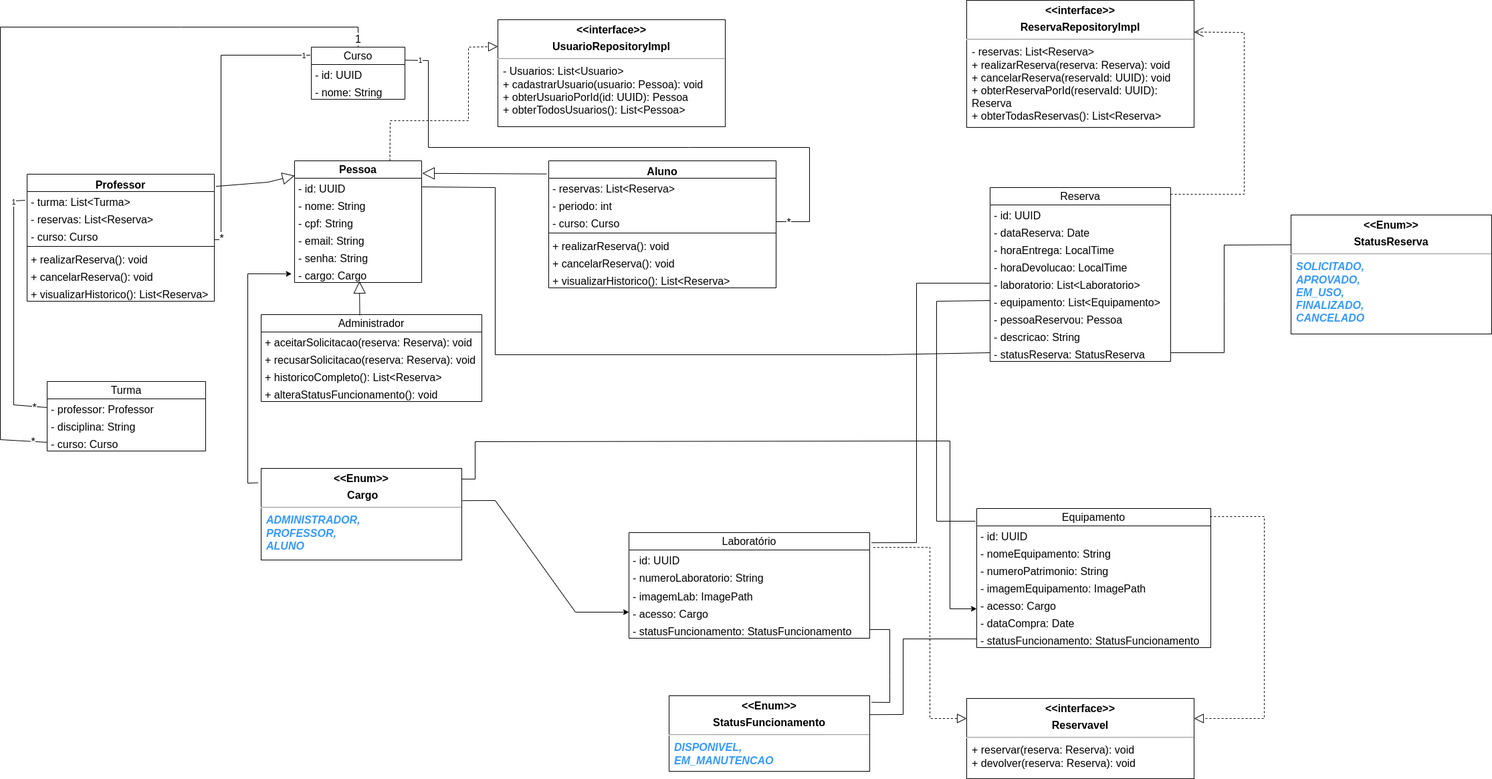
Above: Diagrama de classe.png in luisfelipe03/Reserva (draw.io), before the change. Source tidied: cells renumbered, new cells last; positions are measured from the earlier drawing's top-left corner, leaving out a move shared by most shapes.
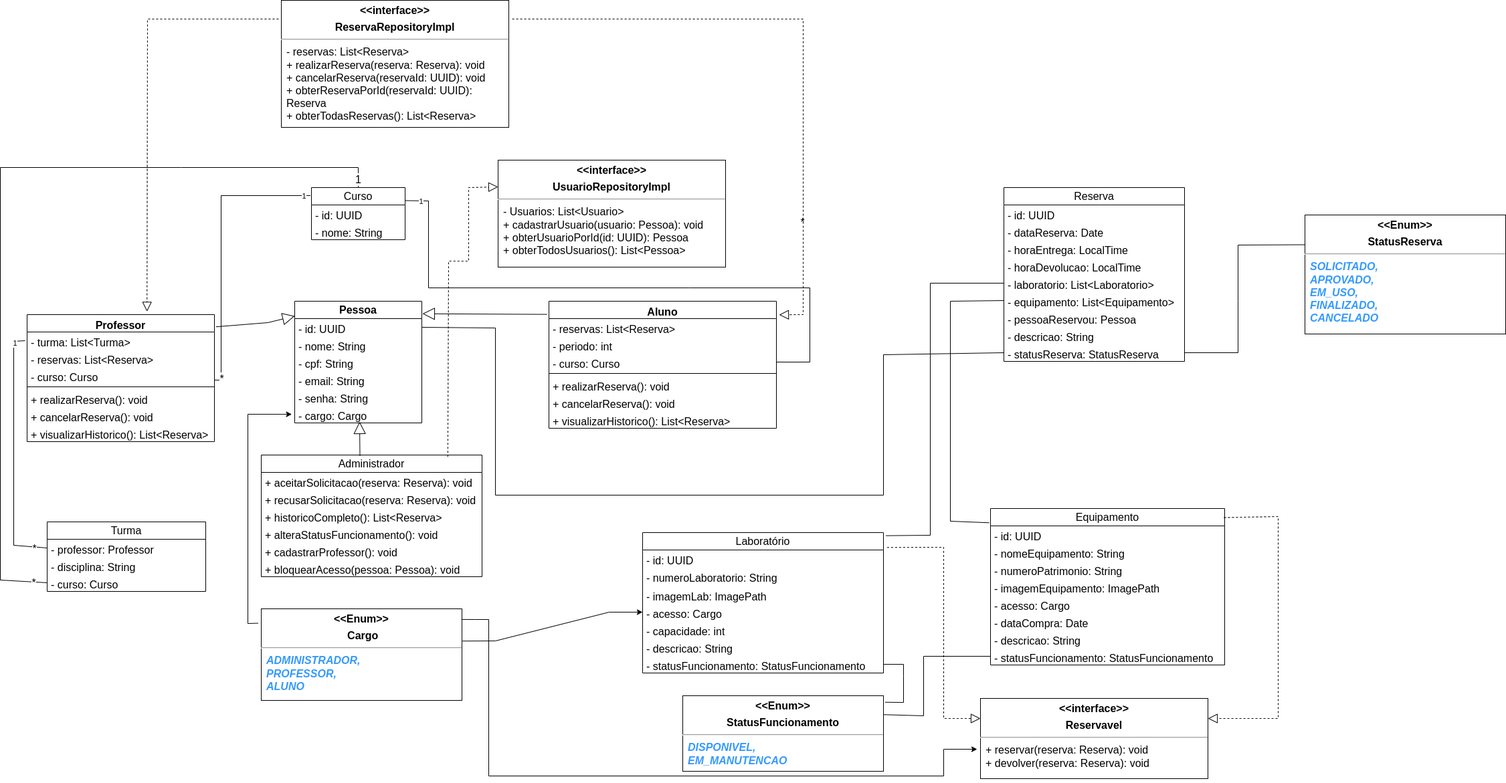
The same file after the commit.

What changed in the source:
```diff
@@ -3,7 +3,7 @@
     <mxCell id="0" />
     <mxCell id="1" parent="0" />
     <mxCell id="2" value="Equipamento" style="swimlane;fontStyle=0;horizontal=1;startSize=26;fillColor=none;whiteSpace=wrap;html=1;fontSize=16;" parent="1" vertex="1">
-      <mxGeometry x="1460" y="760" width="350" height="208" as="geometry" />
+      <mxGeometry x="1480" y="550" width="350" height="234" as="geometry" />
     </mxCell>
     <mxCell id="3" value="- id: UUID" style="text;strokeColor=none;fillColor=none;align=left;verticalAlign=top;spacingLeft=4;spacingRight=4;overflow=hidden;whiteSpace=wrap;html=1;fontSize=16;" parent="2" vertex="1">
       <mxGeometry y="26" width="350" height="26" as="geometry" />
@@ -23,11 +23,14 @@
     <mxCell id="8" value="- dataCompra: Date" style="text;strokeColor=none;fillColor=none;align=left;verticalAlign=top;spacingLeft=4;spacingRight=4;overflow=hidden;whiteSpace=wrap;html=1;fontSize=16;" parent="2" vertex="1">
       <mxGeometry y="156" width="350" height="26" as="geometry" />
     </mxCell>
+    <mxCell id="95" value="- descricao: String" style="text;strokeColor=none;fillColor=none;align=left;verticalAlign=top;spacingLeft=4;spacingRight=4;overflow=hidden;whiteSpace=wrap;html=1;fontSize=16;" parent="2" vertex="1">
+      <mxGeometry y="182" width="350" height="26" as="geometry" />
+    </mxCell>
     <mxCell id="9" value="- statusFuncionamento: StatusFuncionamento" style="text;strokeColor=none;fillColor=none;align=left;verticalAlign=top;spacingLeft=4;spacingRight=4;overflow=hidden;points=[[0,0.5],[1,0.5]];portConstraint=eastwest;whiteSpace=wrap;html=1;fontSize=16;" parent="2" vertex="1">
-      <mxGeometry y="182" width="350" height="26" as="geometry" />
+      <mxGeometry y="208" width="350" height="26" as="geometry" />
     </mxCell>
     <mxCell id="10" value="Laboratório" style="swimlane;fontStyle=0;horizontal=1;startSize=26;fillColor=none;whiteSpace=wrap;html=1;fontSize=16;" parent="1" vertex="1">
-      <mxGeometry x="940" y="796" width="360" height="158" as="geometry" />
+      <mxGeometry x="960" y="586" width="360" height="210" as="geometry" />
     </mxCell>
     <mxCell id="11" value="- id: UUID" style="text;strokeColor=none;fillColor=none;align=left;verticalAlign=top;spacingLeft=4;spacingRight=4;overflow=hidden;points=[[0,0.5],[1,0.5]];portConstraint=eastwest;whiteSpace=wrap;html=1;fontSize=16;" parent="10" vertex="1">
       <mxGeometry y="26" width="360" height="26" as="geometry" />
@@ -41,14 +44,20 @@
     <mxCell id="14" value="- acesso: Cargo" style="text;strokeColor=none;fillColor=none;align=left;verticalAlign=top;spacingLeft=4;spacingRight=4;overflow=hidden;points=[[0,0.5],[1,0.5]];portConstraint=eastwest;whiteSpace=wrap;html=1;fontSize=16;" parent="10" vertex="1">
       <mxGeometry y="106" width="360" height="26" as="geometry" />
     </mxCell>
+    <mxCell id="96" value="- capacidade: int" style="text;strokeColor=none;fillColor=none;align=left;verticalAlign=top;spacingLeft=4;spacingRight=4;overflow=hidden;whiteSpace=wrap;html=1;fontSize=16;" parent="10" vertex="1">
+      <mxGeometry y="132" width="360" height="26" as="geometry" />
+    </mxCell>
+    <mxCell id="97" value="- descricao: String&amp;nbsp;" style="text;strokeColor=none;fillColor=none;align=left;verticalAlign=top;spacingLeft=4;spacingRight=4;overflow=hidden;whiteSpace=wrap;html=1;fontSize=16;" parent="10" vertex="1">
+      <mxGeometry y="158" width="360" height="26" as="geometry" />
+    </mxCell>
     <mxCell id="15" value="- statusFuncionamento: StatusFuncionamento" style="text;strokeColor=none;fillColor=none;align=left;verticalAlign=top;spacingLeft=4;spacingRight=4;overflow=hidden;points=[[0,0.5],[1,0.5]];portConstraint=eastwest;whiteSpace=wrap;html=1;fontSize=16;" parent="10" vertex="1">
-      <mxGeometry y="132" width="360" height="26" as="geometry" />
+      <mxGeometry y="184" width="360" height="26" as="geometry" />
     </mxCell>
     <mxCell id="16" value="&lt;p style=&quot;margin:0px;margin-top:6px;text-align:center;&quot;&gt;&lt;b&gt;&amp;lt;&amp;lt;Enum&amp;gt;&amp;gt;&lt;/b&gt;&lt;/p&gt;&lt;p style=&quot;margin:0px;margin-top:6px;text-align:center;&quot;&gt;&lt;b&gt;StatusFuncionamento&lt;/b&gt;&lt;/p&gt;&lt;hr&gt;&lt;p style=&quot;margin:0px;margin-left:8px;&quot;&gt;&lt;i&gt;&lt;b&gt;&lt;font color=&quot;#3399ff&quot;&gt;DISPONIVEL,&lt;/font&gt;&lt;/b&gt;&lt;/i&gt;&lt;/p&gt;&lt;p style=&quot;margin:0px;margin-left:8px;&quot;&gt;&lt;i&gt;&lt;b&gt;&lt;font color=&quot;#3399ff&quot;&gt;EM_MANUTENCAO&lt;/font&gt;&lt;/b&gt;&lt;/i&gt;&lt;/p&gt;&lt;p style=&quot;margin:0px;margin-left:8px;&quot;&gt;&lt;i&gt;&lt;b&gt;&lt;font color=&quot;#3399ff&quot;&gt;&lt;br&gt;&lt;/font&gt;&lt;/b&gt;&lt;/i&gt;&lt;/p&gt;" style="align=left;overflow=fill;html=1;whiteSpace=wrap;fontSize=16;" parent="1" vertex="1">
-      <mxGeometry x="1000" y="1040" width="300" height="113" as="geometry" />
+      <mxGeometry x="1020" y="830" width="300" height="113" as="geometry" />
     </mxCell>
     <mxCell id="17" value="&lt;p style=&quot;margin:0px;margin-top:6px;text-align:center;&quot;&gt;&lt;b&gt;&amp;lt;&amp;lt;Enum&amp;gt;&amp;gt;&lt;/b&gt;&lt;/p&gt;&lt;p style=&quot;margin:0px;margin-top:6px;text-align:center;&quot;&gt;&lt;b&gt;StatusReserva&lt;/b&gt;&lt;/p&gt;&lt;hr&gt;&lt;p style=&quot;margin:0px;margin-left:8px;&quot;&gt;&lt;i&gt;&lt;b&gt;&lt;font color=&quot;#3399ff&quot;&gt;SOLICITADO,&lt;/font&gt;&lt;/b&gt;&lt;/i&gt;&lt;/p&gt;&lt;p style=&quot;margin:0px;margin-left:8px;&quot;&gt;&lt;font color=&quot;#3399ff&quot;&gt;&lt;b&gt;&lt;i&gt;APROVADO,&lt;/i&gt;&lt;/b&gt;&lt;/font&gt;&lt;/p&gt;&lt;p style=&quot;margin:0px;margin-left:8px;&quot;&gt;&lt;font color=&quot;#3399ff&quot;&gt;&lt;b&gt;&lt;i&gt;EM_USO,&lt;/i&gt;&lt;/b&gt;&lt;/font&gt;&lt;/p&gt;&lt;p style=&quot;margin:0px;margin-left:8px;&quot;&gt;&lt;font color=&quot;#3399ff&quot;&gt;&lt;b&gt;&lt;i&gt;FINALIZADO,&lt;/i&gt;&lt;/b&gt;&lt;/font&gt;&lt;/p&gt;&lt;p style=&quot;margin:0px;margin-left:8px;&quot;&gt;&lt;font color=&quot;#3399ff&quot;&gt;&lt;b&gt;&lt;i&gt;CANCELADO&lt;/i&gt;&lt;/b&gt;&lt;/font&gt;&lt;/p&gt;&lt;p style=&quot;margin:0px;margin-left:8px;&quot;&gt;&lt;i&gt;&lt;b&gt;&lt;font color=&quot;#3399ff&quot;&gt;&lt;br&gt;&lt;/font&gt;&lt;/b&gt;&lt;/i&gt;&lt;/p&gt;" style="align=left;overflow=fill;html=1;whiteSpace=wrap;fontSize=16;" parent="1" vertex="1">
-      <mxGeometry x="1930" y="321" width="300" height="178" as="geometry" />
+      <mxGeometry x="1950" y="111" width="300" height="178" as="geometry" />
     </mxCell>
     <mxCell id="18" value="&lt;p style=&quot;margin:0px;margin-top:6px;text-align:center;&quot;&gt;&lt;b&gt;&amp;lt;&amp;lt;Enum&amp;gt;&amp;gt;&lt;/b&gt;&lt;/p&gt;&lt;p style=&quot;margin:0px;margin-top:6px;text-align:center;&quot;&gt;&lt;b&gt;&amp;nbsp;Cargo&lt;/b&gt;&lt;/p&gt;&lt;hr&gt;&lt;p style=&quot;margin:0px;margin-left:8px;&quot;&gt;&lt;i&gt;&lt;b&gt;&lt;font color=&quot;#3399ff&quot;&gt;ADMINISTRADOR,&lt;/font&gt;&lt;/b&gt;&lt;/i&gt;&lt;/p&gt;&lt;p style=&quot;margin:0px;margin-left:8px;&quot;&gt;&lt;i&gt;&lt;b&gt;&lt;font color=&quot;#3399ff&quot;&gt;PROFESSOR,&lt;/font&gt;&lt;/b&gt;&lt;/i&gt;&lt;/p&gt;&lt;p style=&quot;margin:0px;margin-left:8px;&quot;&gt;&lt;i&gt;&lt;b&gt;&lt;font color=&quot;#3399ff&quot;&gt;ALUNO&lt;/font&gt;&lt;/b&gt;&lt;/i&gt;&lt;/p&gt;&lt;p style=&quot;margin:0px;margin-left:8px;&quot;&gt;&lt;i&gt;&lt;b&gt;&lt;font color=&quot;#3399ff&quot;&gt;&lt;br&gt;&lt;/font&gt;&lt;/b&gt;&lt;/i&gt;&lt;/p&gt;" style="align=left;overflow=fill;html=1;whiteSpace=wrap;fontSize=16;" parent="1" vertex="1">
       <mxGeometry x="390" y="700" width="300" height="137" as="geometry" />
@@ -66,7 +75,7 @@
       <mxGeometry y="78" width="237" height="26" as="geometry" />
     </mxCell>
     <mxCell id="23" value="&lt;font style=&quot;font-size: 16px;&quot;&gt;Reserva&lt;/font&gt;" style="swimlane;fontStyle=0;horizontal=1;startSize=26;fillColor=none;whiteSpace=wrap;html=1;" parent="1" vertex="1">
-      <mxGeometry x="1480" y="280" width="270" height="260" as="geometry" />
+      <mxGeometry x="1500" y="70" width="270" height="260" as="geometry" />
     </mxCell>
     <mxCell id="24" value="&lt;font style=&quot;font-size: 16px;&quot;&gt;- id: UUID&amp;nbsp;&lt;/font&gt;" style="text;strokeColor=none;fillColor=none;align=left;verticalAlign=top;spacingLeft=4;spacingRight=4;overflow=hidden;whiteSpace=wrap;html=1;" parent="23" vertex="1">
       <mxGeometry y="26" width="270" height="26" as="geometry" />
@@ -113,9 +122,9 @@
     <mxCell id="36" style="endArrow=none;html=1;rounded=0;exitX=0;exitY=0.25;exitDx=0;exitDy=0;entryX=1;entryY=0.5;entryDx=0;entryDy=0;" parent="1" edge="1" source="17" target="32">
       <mxGeometry relative="1" as="geometry">
         <Array as="points">
-          <mxPoint x="1830" y="366" />
-          <mxPoint x="1830" y="450" />
-          <mxPoint x="1830" y="527" />
+          <mxPoint x="1850" y="156" />
+          <mxPoint x="1850" y="240" />
+          <mxPoint x="1850" y="317" />
         </Array>
       </mxGeometry>
     </mxCell>
@@ -168,7 +177,7 @@
       </mxGeometry>
     </mxCell>
     <mxCell id="50" value="&lt;font style=&quot;font-size: 16px;&quot;&gt;Administrador&lt;/font&gt;" style="swimlane;fontStyle=0;horizontal=1;startSize=26;fillColor=none;whiteSpace=wrap;html=1;" parent="1" vertex="1">
-      <mxGeometry x="390" y="470" width="330" height="130" as="geometry" />
+      <mxGeometry x="390" y="470" width="330" height="182" as="geometry" />
     </mxCell>
     <mxCell id="51" value="&lt;font style=&quot;font-size: 16px;&quot;&gt;+ aceitarSolicitacao(reserva: Reserva): void&lt;/font&gt;" style="text;strokeColor=none;fillColor=none;align=left;verticalAlign=top;spacingLeft=4;spacingRight=4;overflow=hidden;whiteSpace=wrap;html=1;" parent="50" vertex="1">
       <mxGeometry y="26" width="330" height="26" as="geometry" />
@@ -182,6 +191,12 @@
     <mxCell id="54" value="&lt;font style=&quot;font-size: 16px;&quot;&gt;+ alteraStatusFuncionamento(): void&amp;nbsp;&lt;/font&gt;" style="text;strokeColor=none;fillColor=none;align=left;verticalAlign=top;spacingLeft=4;spacingRight=4;overflow=hidden;whiteSpace=wrap;html=1;" parent="50" vertex="1">
       <mxGeometry y="104" width="330" height="26" as="geometry" />
     </mxCell>
+    <mxCell id="98" value="&lt;font style=&quot;font-size: 16px;&quot;&gt;+ cadastrarProfessor(): void&lt;/font&gt;" style="text;strokeColor=none;fillColor=none;align=left;verticalAlign=top;spacingLeft=4;spacingRight=4;overflow=hidden;whiteSpace=wrap;html=1;" parent="50" vertex="1">
+      <mxGeometry y="130" width="330" height="26" as="geometry" />
+    </mxCell>
+    <mxCell id="99" value="&lt;font style=&quot;font-size: 16px;&quot;&gt;+ bloquearAcesso(pessoa: Pessoa): void&lt;/font&gt;" style="text;strokeColor=none;fillColor=none;align=left;verticalAlign=top;spacingLeft=4;spacingRight=4;overflow=hidden;whiteSpace=wrap;html=1;" parent="50" vertex="1">
+      <mxGeometry y="156" width="330" height="26" as="geometry" />
+    </mxCell>
     <mxCell id="55" style="endArrow=none;html=1;rounded=0;exitX=0.999;exitY=0.765;exitDx=0;exitDy=0;exitPerimeter=0;entryX=-0.011;entryY=0.154;entryDx=0;entryDy=0;entryPerimeter=0;" parent="1" edge="1" target="37">
       <mxGeometry relative="1" as="geometry">
         <mxPoint x="319.7" y="357.9" as="sourcePoint" />
@@ -229,16 +244,18 @@
       <mxGeometry x="0.95" relative="1" as="geometry" />
     </mxCell>
     <mxCell id="63" value="&lt;font style=&quot;font-size: 16px;&quot;&gt;*&lt;/font&gt;" style="edgeLabel;html=1;align=center;verticalAlign=middle;" parent="61" vertex="1">
-      <mxGeometry x="-0.96" relative="1" as="geometry" />
+      <mxGeometry x="-0.96" relative="1" as="geometry">
+        <mxPoint x="20" y="-210" as="offset" />
+      </mxGeometry>
     </mxCell>
     <mxCell id="64" value="&lt;p style=&quot;margin: 6px 0px 0px; text-align: center; font-size: 16px;&quot;&gt;&lt;b style=&quot;&quot;&gt;&lt;font style=&quot;font-size: 16px;&quot;&gt;&amp;lt;&amp;lt;interface&amp;gt;&amp;gt;&lt;/font&gt;&lt;/b&gt;&lt;/p&gt;&lt;p style=&quot;margin: 6px 0px 0px; text-align: center; font-size: 16px;&quot;&gt;&lt;b&gt;&lt;font style=&quot;font-size: 16px;&quot;&gt;Reservavel&lt;/font&gt;&lt;/b&gt;&lt;/p&gt;&lt;hr style=&quot;font-size: 16px;&quot;&gt;&lt;p style=&quot;margin: 0px 0px 0px 8px; font-size: 16px;&quot;&gt;&lt;font style=&quot;font-size: 16px;&quot;&gt;+ reservar(reserva: Reserva): void&lt;br&gt;+ devolver(reserva: Reserva): void&amp;nbsp;&lt;br&gt;&lt;/font&gt;&lt;/p&gt;" style="align=left;overflow=fill;html=1;whiteSpace=wrap;" parent="1" vertex="1">
-      <mxGeometry x="1445" y="1044" width="340" height="120" as="geometry" />
+      <mxGeometry x="1465" y="834" width="340" height="120" as="geometry" />
     </mxCell>
     <mxCell id="65" style="endArrow=classic;html=1;rounded=0;exitX=1.003;exitY=0.352;exitDx=0;exitDy=0;exitPerimeter=0;entryX=0;entryY=0.5;entryDx=0;entryDy=0;endFill=1;" parent="1" edge="1" source="18" target="14">
       <mxGeometry relative="1" as="geometry">
         <Array as="points">
           <mxPoint x="740" y="748" />
-          <mxPoint x="860" y="915" />
+          <mxPoint x="910" y="705" />
         </Array>
       </mxGeometry>
     </mxCell>
@@ -247,25 +264,26 @@
         <mxPoint x="1460" y="910" as="targetPoint" />
         <Array as="points">
           <mxPoint x="710" y="716" />
-          <mxPoint x="710" y="660" />
-          <mxPoint x="1420" y="659" />
-          <mxPoint x="1420" y="910" />
+          <mxPoint x="730" y="716" />
+          <mxPoint x="730" y="950" />
+          <mxPoint x="1410" y="950" />
+          <mxPoint x="1410" y="910" />
         </Array>
       </mxGeometry>
     </mxCell>
-    <mxCell id="67" style="endArrow=none;html=1;rounded=0;entryX=0;entryY=0.5;entryDx=0;entryDy=0;exitX=1.007;exitY=0.096;exitDx=0;exitDy=0;exitPerimeter=0;" parent="1" edge="1" source="10" target="28">
+    <mxCell id="67" style="endArrow=none;html=1;rounded=0;entryX=0;entryY=0.5;entryDx=0;entryDy=0;exitX=1.01;exitY=0.022;exitDx=0;exitDy=0;exitPerimeter=0;" parent="1" edge="1" source="10" target="28">
       <mxGeometry relative="1" as="geometry">
         <Array as="points">
-          <mxPoint x="1370" y="811" />
-          <mxPoint x="1370" y="423" />
+          <mxPoint x="1390" y="590" />
+          <mxPoint x="1390" y="213" />
         </Array>
       </mxGeometry>
     </mxCell>
     <mxCell id="68" style="endArrow=none;html=1;rounded=0;exitX=-0.006;exitY=0.091;exitDx=0;exitDy=0;exitPerimeter=0;entryX=0;entryY=0.5;entryDx=0;entryDy=0;" parent="1" edge="1" source="2" target="29">
       <mxGeometry relative="1" as="geometry">
         <Array as="points">
-          <mxPoint x="1400" y="779" />
-          <mxPoint x="1400" y="450" />
+          <mxPoint x="1420" y="569" />
+          <mxPoint x="1420" y="240" />
         </Array>
       </mxGeometry>
     </mxCell>
@@ -275,6 +293,7 @@
           <mxPoint x="740" y="280" />
           <mxPoint x="740" y="530" />
           <mxPoint x="1320" y="530" />
+          <mxPoint x="1320" y="320" />
         </Array>
       </mxGeometry>
     </mxCell>
@@ -338,21 +357,12 @@
       <mxGeometry x="744" y="29" width="340" height="160" as="geometry" />
     </mxCell>
     <mxCell id="88" value="&lt;p style=&quot;margin: 6px 0px 0px; text-align: center; font-size: 16px;&quot;&gt;&lt;b style=&quot;&quot;&gt;&lt;font style=&quot;font-size: 16px;&quot;&gt;&amp;lt;&amp;lt;interface&amp;gt;&amp;gt;&lt;/font&gt;&lt;/b&gt;&lt;/p&gt;&lt;p style=&quot;margin: 6px 0px 0px; text-align: center; font-size: 16px;&quot;&gt;&lt;font style=&quot;font-size: 16px;&quot;&gt;&lt;b&gt;ReservaRepositoryImpl&lt;/b&gt;&lt;br&gt;&lt;/font&gt;&lt;/p&gt;&lt;hr style=&quot;font-size: 16px;&quot;&gt;&lt;p style=&quot;margin: 0px 0px 0px 8px; font-size: 16px;&quot;&gt;&lt;font style=&quot;font-size: 16px;&quot;&gt;- reservas: List&amp;lt;Reserva&amp;gt;&lt;br&gt;    + realizarReserva(reserva: Reserva): void&lt;br&gt;    + cancelarReserva(reservaId: UUID): void&lt;br&gt;    + obterReservaPorId(reservaId: UUID): Reserva&lt;br&gt;    + obterTodasReservas(): List&amp;lt;Reserva&amp;gt;&lt;/font&gt;&lt;br&gt;&lt;/p&gt;" style="align=left;overflow=fill;html=1;whiteSpace=wrap;" parent="1" vertex="1">
-      <mxGeometry x="1445" width="340" height="190" as="geometry" />
+      <mxGeometry x="420" y="-210" width="340" height="190" as="geometry" />
     </mxCell>
-    <mxCell id="89" style="endArrow=open;endSize=12;dashed=1;html=1;rounded=0;entryX=1;entryY=0.25;entryDx=0;entryDy=0;" parent="1" edge="1" target="88">
-      <mxGeometry relative="1" as="geometry">
-        <mxPoint x="1750" y="290" as="sourcePoint" />
-        <Array as="points">
-          <mxPoint x="1860" y="290" />
-          <mxPoint x="1860" y="48" />
-        </Array>
-      </mxGeometry>
-    </mxCell>
-    <mxCell id="90" style="endArrow=block;dashed=1;endFill=0;endSize=12;html=1;rounded=0;exitX=0.75;exitY=0;exitDx=0;exitDy=0;entryX=0;entryY=0.25;entryDx=0;entryDy=0;" parent="1" edge="1" source="40" target="87">
+    <mxCell id="90" style="endArrow=block;dashed=1;endFill=0;endSize=12;html=1;rounded=0;entryX=0;entryY=0.25;entryDx=0;entryDy=0;exitX=0.845;exitY=0.015;exitDx=0;exitDy=0;exitPerimeter=0;" parent="1" edge="1" source="50" target="87">
       <mxGeometry relative="1" as="geometry">
         <Array as="points">
-          <mxPoint x="583" y="180" />
+          <mxPoint x="670" y="180" />
           <mxPoint x="700" y="180" />
           <mxPoint x="700" y="70" />
         </Array>
@@ -361,35 +371,50 @@
     <mxCell id="91" style="endArrow=none;html=1;rounded=0;exitX=1.009;exitY=0.086;exitDx=0;exitDy=0;exitPerimeter=0;entryX=1;entryY=0.5;entryDx=0;entryDy=0;" parent="1" edge="1" source="16" target="15">
       <mxGeometry relative="1" as="geometry">
         <Array as="points">
-          <mxPoint x="1330" y="1050" />
-          <mxPoint x="1330" y="1010" />
-          <mxPoint x="1330" y="941" />
+          <mxPoint x="1350" y="840" />
+          <mxPoint x="1350" y="800" />
+          <mxPoint x="1350" y="783" />
         </Array>
       </mxGeometry>
     </mxCell>
     <mxCell id="92" style="endArrow=none;html=1;rounded=0;entryX=0;entryY=0.5;entryDx=0;entryDy=0;exitX=1;exitY=0.25;exitDx=0;exitDy=0;" parent="1" edge="1" source="16" target="9">
       <mxGeometry relative="1" as="geometry">
         <Array as="points">
-          <mxPoint x="1350" y="1068" />
-          <mxPoint x="1350" y="955" />
+          <mxPoint x="1380" y="860" />
+          <mxPoint x="1380" y="771" />
         </Array>
       </mxGeometry>
     </mxCell>
     <mxCell id="93" style="endArrow=block;dashed=1;endFill=0;endSize=12;html=1;rounded=0;exitX=1.015;exitY=-0.143;exitDx=0;exitDy=0;exitPerimeter=0;entryX=0;entryY=0.25;entryDx=0;entryDy=0;" parent="1" edge="1" source="11" target="64">
       <mxGeometry relative="1" as="geometry">
         <Array as="points">
-          <mxPoint x="1390" y="818" />
-          <mxPoint x="1390" y="1074" />
+          <mxPoint x="1410" y="608" />
+          <mxPoint x="1410" y="864" />
         </Array>
       </mxGeometry>
     </mxCell>
     <mxCell id="94" style="endArrow=block;dashed=1;endFill=0;endSize=12;html=1;rounded=0;exitX=0.997;exitY=0.058;exitDx=0;exitDy=0;exitPerimeter=0;entryX=1;entryY=0.25;entryDx=0;entryDy=0;" parent="1" edge="1" source="2" target="64">
       <mxGeometry relative="1" as="geometry">
         <Array as="points">
-          <mxPoint x="1890" y="772" />
-          <mxPoint x="1890" y="1074" />
+          <mxPoint x="1910" y="562" />
+          <mxPoint x="1910" y="864" />
         </Array>
       </mxGeometry>
     </mxCell>
+    <mxCell id="100" style="endArrow=block;dashed=1;endFill=0;endSize=12;html=1;rounded=0;exitX=-0.012;exitY=0.147;exitDx=0;exitDy=0;exitPerimeter=0;entryX=0.64;entryY=-0.024;entryDx=0;entryDy=0;entryPerimeter=0;" parent="1" edge="1" source="88" target="71">
+      <mxGeometry relative="1" as="geometry">
+        <Array as="points">
+          <mxPoint x="220" y="-182" />
+        </Array>
+      </mxGeometry>
+    </mxCell>
+    <mxCell id="101" style="endArrow=block;dashed=1;endFill=0;endSize=12;html=1;rounded=0;exitX=1.015;exitY=0.147;exitDx=0;exitDy=0;exitPerimeter=0;entryX=1.012;entryY=0.107;entryDx=0;entryDy=0;entryPerimeter=0;" parent="1" edge="1" source="88" target="79">
+      <mxGeometry relative="1" as="geometry">
+        <Array as="points">
+          <mxPoint x="1200" y="-182" />
+          <mxPoint x="1200" y="260" />
+        </Array>
+      </mxGeometry>
+    </mxCell>
   </root>
 </mxGraphModel>
```
